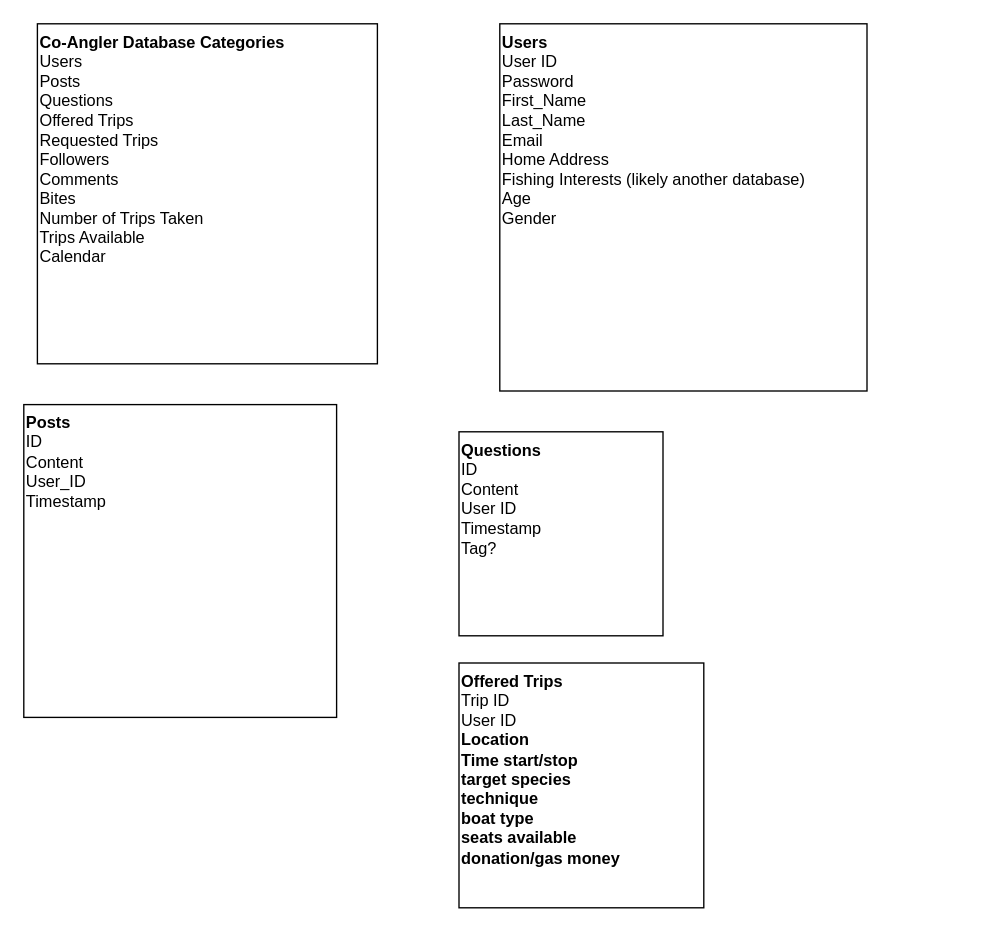
johnbledsoe1986/bass-counter keeps this draw.io diagram as Untitled Diagram.drawio. Above is the earlier version. Source tidied: cells renumbered, new cells numbered last; positions are measured from the earlier drawing's top-left corner, leaving out a move shared by most shapes. Both pictures are drawn from the tidied source at 136%, with x=0, y=0 at pixel (23, 23).
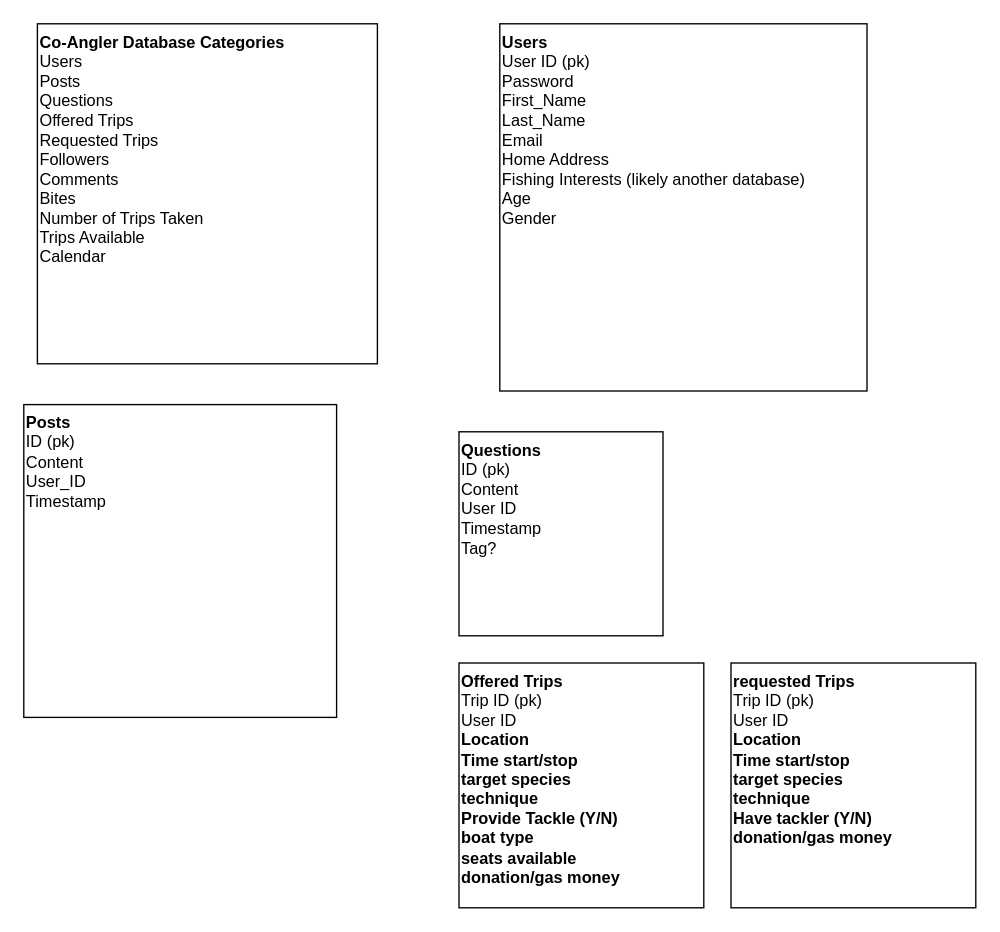
The same diagram, later.

Diff of the diagram source:
```diff
@@
 <mxGraphModel>
   <root>
     <mxCell id="0" />
     <mxCell id="1" parent="0" />
     <mxCell id="2" value="&lt;b&gt;Co-Angler Database Categories&lt;/b&gt;&lt;br&gt;Users&lt;br&gt;Posts&lt;br&gt;Questions&lt;br&gt;Offered Trips&lt;br&gt;Requested Trips&lt;br&gt;Followers&lt;br&gt;Comments&lt;br&gt;Bites&lt;br&gt;Number of Trips Taken&lt;br&gt;Trips Available&lt;br&gt;Calendar&lt;br&gt;" style="whiteSpace=wrap;html=1;verticalAlign=top;align=left;" parent="1" vertex="1">
       <mxGeometry x="10" width="250" height="250" as="geometry" />
     </mxCell>
-    <mxCell id="3" value="&lt;b&gt;Users&lt;/b&gt;&lt;br&gt;User ID&lt;br&gt;Password&lt;br&gt;First_Name&lt;br&gt;Last_Name&lt;br&gt;Email&lt;br&gt;Home Address&lt;br&gt;Fishing Interests (likely another database)&lt;br&gt;&lt;span style=&quot;white-space: pre;&quot;&gt;Age&lt;br/&gt;Gender&lt;br/&gt; &lt;/span&gt;" style="whiteSpace=wrap;html=1;align=left;verticalAlign=top;" parent="1" vertex="1">
+    <mxCell id="3" value="&lt;b&gt;Users&lt;/b&gt;&lt;br&gt;User ID (pk)&lt;br&gt;Password&lt;br&gt;First_Name&lt;br&gt;Last_Name&lt;br&gt;Email&lt;br&gt;Home Address&lt;br&gt;Fishing Interests (likely another database)&lt;br&gt;&lt;span style=&quot;white-space: pre;&quot;&gt;Age&lt;br&gt;Gender&lt;br&gt; &lt;/span&gt;" style="whiteSpace=wrap;html=1;align=left;verticalAlign=top;" parent="1" vertex="1">
       <mxGeometry x="350" width="270" height="270" as="geometry" />
     </mxCell>
-    <mxCell id="4" value="Posts&lt;br&gt;&lt;span style=&quot;font-weight: 400;&quot;&gt;ID&lt;br&gt;&lt;/span&gt;&lt;span style=&quot;font-weight: normal;&quot;&gt;Content&lt;br&gt;User_ID&lt;br&gt;Timestamp&lt;/span&gt;" style="whiteSpace=wrap;html=1;align=left;fontStyle=1;verticalAlign=top;" parent="1" vertex="1">
+    <mxCell id="4" value="Posts&lt;br&gt;&lt;span style=&quot;font-weight: 400;&quot;&gt;ID (pk)&lt;br&gt;&lt;/span&gt;&lt;span style=&quot;font-weight: normal;&quot;&gt;Content&lt;br&gt;User_ID&lt;br&gt;Timestamp&lt;/span&gt;" style="whiteSpace=wrap;html=1;align=left;fontStyle=1;verticalAlign=top;" parent="1" vertex="1">
       <mxGeometry y="280" width="230" height="230" as="geometry" />
     </mxCell>
-    <mxCell id="5" value="Questions&lt;br&gt;&lt;span style=&quot;font-weight: normal;&quot;&gt;ID&lt;br&gt;Content&lt;br&gt;User ID&lt;br&gt;Timestamp&lt;br&gt;Tag?&lt;/span&gt;" style="whiteSpace=wrap;html=1;align=left;verticalAlign=top;fontStyle=1;" parent="1" vertex="1">
+    <mxCell id="5" value="Questions&lt;br&gt;&lt;span style=&quot;font-weight: normal;&quot;&gt;ID (pk)&lt;br&gt;Content&lt;br&gt;User ID&lt;br&gt;Timestamp&lt;br&gt;Tag?&lt;/span&gt;" style="whiteSpace=wrap;html=1;align=left;verticalAlign=top;fontStyle=1;" parent="1" vertex="1">
       <mxGeometry x="320" y="300" width="150" height="150" as="geometry" />
     </mxCell>
-    <mxCell id="6" value="Offered Trips&lt;br&gt;&lt;span style=&quot;font-weight: 400;&quot;&gt;Trip ID&lt;br&gt;&lt;/span&gt;&lt;span style=&quot;font-weight: normal;&quot;&gt;User ID&lt;br&gt;&lt;/span&gt;Location&lt;br&gt;Time start/stop&lt;br&gt;target species&lt;br&gt;technique&lt;br&gt;boat type&lt;br&gt;seats available&lt;br&gt;donation/gas money" style="whiteSpace=wrap;html=1;align=left;fontStyle=1;verticalAlign=top;" parent="1" vertex="1">
+    <mxCell id="6" value="Offered Trips&lt;br&gt;&lt;span style=&quot;font-weight: 400;&quot;&gt;Trip ID (pk)&lt;br&gt;&lt;/span&gt;&lt;span style=&quot;font-weight: normal;&quot;&gt;User ID&lt;br&gt;&lt;/span&gt;Location&lt;br&gt;Time start/stop&lt;br&gt;target species&lt;br&gt;technique&lt;br&gt;Provide Tackle (Y/N)&lt;br&gt;boat type&lt;br&gt;seats available&lt;br&gt;donation/gas money" style="whiteSpace=wrap;html=1;align=left;fontStyle=1;verticalAlign=top;" parent="1" vertex="1">
       <mxGeometry x="320" y="470" width="180" height="180" as="geometry" />
     </mxCell>
+    <mxCell id="7" value="requested Trips&lt;br&gt;&lt;span style=&quot;font-weight: 400;&quot;&gt;Trip ID (pk)&lt;br&gt;&lt;/span&gt;&lt;span style=&quot;font-weight: normal;&quot;&gt;User ID&lt;br&gt;&lt;/span&gt;Location&lt;br&gt;Time start/stop&lt;br&gt;target species&lt;br&gt;technique&lt;br&gt;Have tackler (Y/N)&lt;br&gt;donation/gas money" style="whiteSpace=wrap;html=1;align=left;fontStyle=1;verticalAlign=top;" parent="1" vertex="1">
+      <mxGeometry x="520" y="470" width="180" height="180" as="geometry" />
+    </mxCell>
   </root>
 </mxGraphModel>
```
